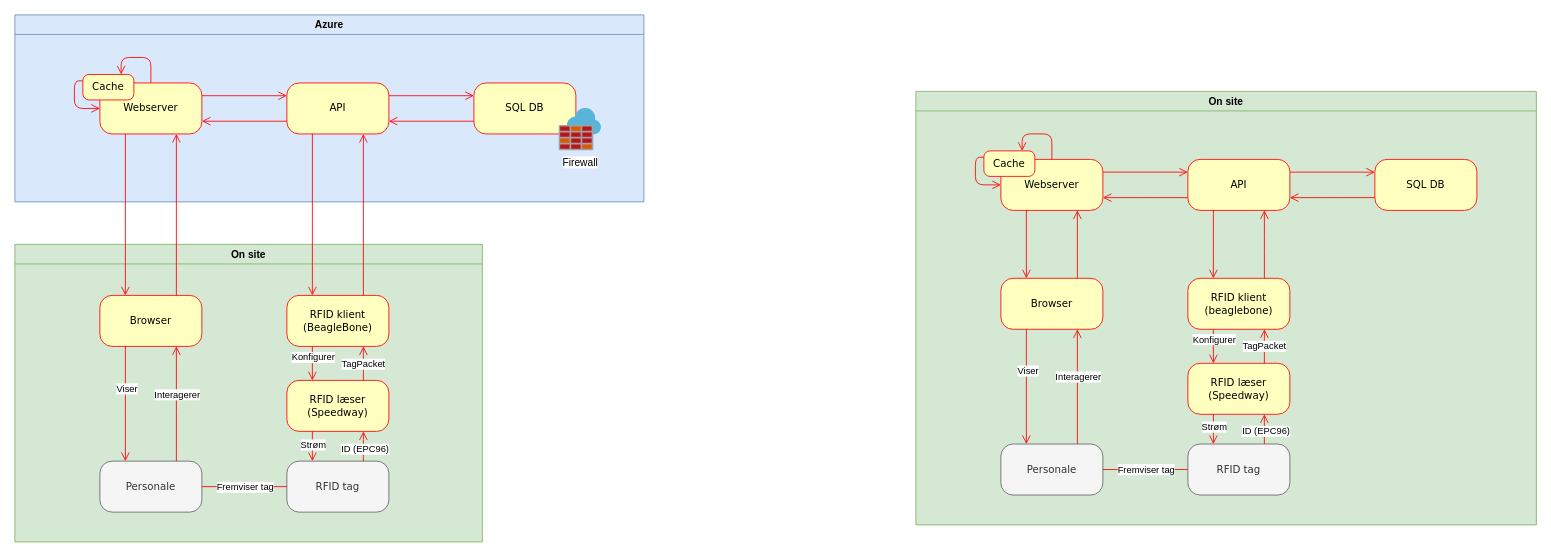
Above: System overview.drawio in BjornGrylls/Svendeprove-OOAD (draw.io), before the change. Source tidied: cells renumbered, new cells numbered last; positions are measured from the earlier drawing's top-left corner, leaving out a move shared by most shapes. Both pictures are drawn from the tidied source at 85%, with x=0, y=0 at pixel (14, 14).
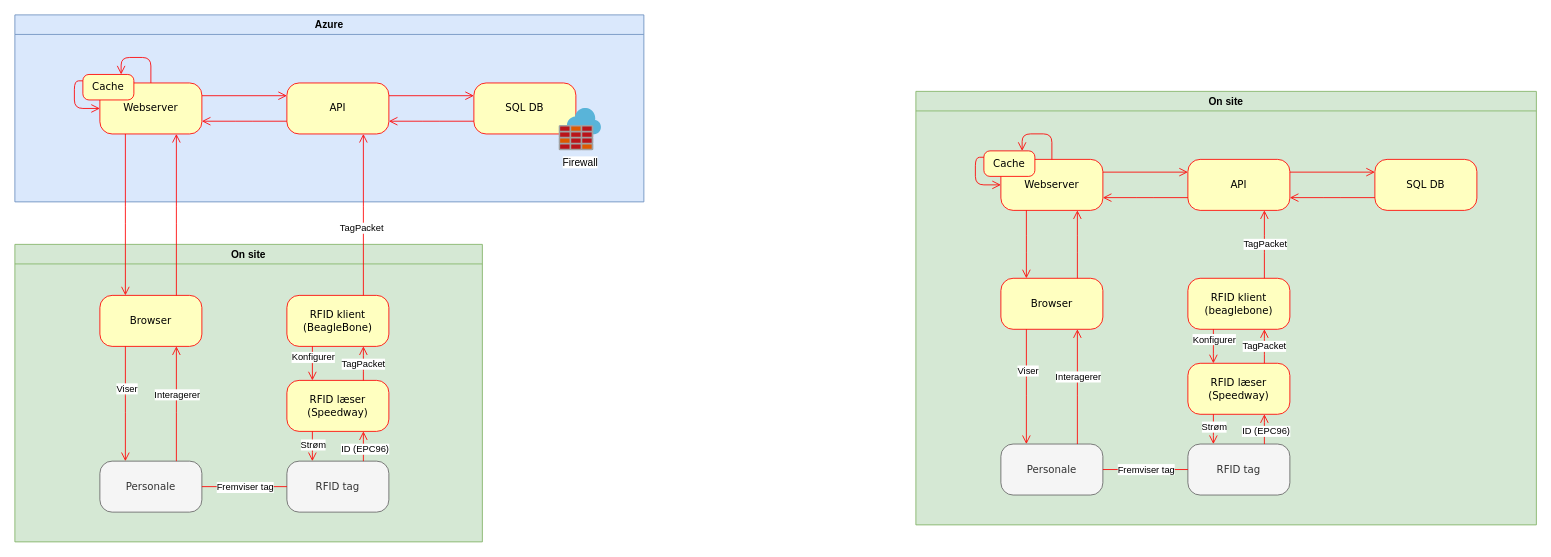
The same page after the edit.

The change refers to these unchanged cells:
```xml
<mxCell id="3" value="API" style="rounded=1;whiteSpace=wrap;html=1;arcSize=24;fillColor=#ffffc0;strokeColor=#ff0000;shadow=0;comic=0;labelBackgroundColor=none;fontFamily=Verdana;fontSize=12;fontColor=#000000;align=center;" parent="2" vertex="1">
  <mxGeometry x="320" y="80.1" width="120" height="60" as="geometry" />
</mxCell>
<mxCell id="18" value="RFID klient&lt;br&gt;(BeagleBone)" style="rounded=1;whiteSpace=wrap;html=1;arcSize=24;fillColor=#ffffc0;strokeColor=#ff0000;shadow=0;comic=0;labelBackgroundColor=none;fontFamily=Verdana;fontSize=12;fontColor=#000000;align=center;" parent="14" vertex="1">
  <mxGeometry x="320" y="60" width="120" height="60" as="geometry" />
</mxCell>
<mxCell id="36" style="edgeStyle=elbowEdgeStyle;html=1;labelBackgroundColor=none;endArrow=open;endSize=8;strokeColor=#ff0000;fontFamily=Verdana;fontSize=12;align=left;exitX=0.75;exitY=0;exitDx=0;exitDy=0;entryX=0.75;entryY=1;entryDx=0;entryDy=0;" parent="1" edge="1" source="18" target="3">
  <mxGeometry relative="1" as="geometry" />
</mxCell>
<mxCell id="38" value="On site" style="swimlane;whiteSpace=wrap;html=1;fillColor=#d5e8d4;strokeColor=#82b366;swimlaneFillColor=#D5E8D4;" parent="1" vertex="1">
  <mxGeometry x="1060" y="90" width="730" height="510" as="geometry" />
</mxCell>
<mxCell id="40" value="RFID klient&lt;br&gt;(beaglebone)" style="rounded=1;whiteSpace=wrap;html=1;arcSize=24;fillColor=#ffffc0;strokeColor=#ff0000;shadow=0;comic=0;labelBackgroundColor=none;fontFamily=Verdana;fontSize=12;fontColor=#000000;align=center;" parent="38" vertex="1">
  <mxGeometry x="320" y="219.9" width="120" height="60" as="geometry" />
</mxCell>
<mxCell id="41" value="API" style="rounded=1;whiteSpace=wrap;html=1;arcSize=24;fillColor=#ffffc0;strokeColor=#ff0000;shadow=0;comic=0;labelBackgroundColor=none;fontFamily=Verdana;fontSize=12;fontColor=#000000;align=center;" parent="38" vertex="1">
  <mxGeometry x="320" y="80" width="120" height="60" as="geometry" />
</mxCell>
<mxCell id="51" style="edgeStyle=elbowEdgeStyle;html=1;labelBackgroundColor=none;endArrow=open;endSize=8;strokeColor=#ff0000;fontFamily=Verdana;fontSize=12;align=left;exitX=0.75;exitY=0;exitDx=0;exitDy=0;entryX=0.75;entryY=1;entryDx=0;entryDy=0;" parent="38" edge="1" source="40" target="41">
  <mxGeometry relative="1" as="geometry" />
</mxCell>
```

What changed in the source:
```diff
@@
-    <mxCell id="37" style="edgeStyle=elbowEdgeStyle;html=1;labelBackgroundColor=none;endArrow=open;endSize=8;strokeColor=#ff0000;fontFamily=Verdana;fontSize=12;align=left;entryX=0.25;entryY=0;entryDx=0;entryDy=0;exitX=0.25;exitY=1;exitDx=0;exitDy=0;" parent="1" edge="1" source="3" target="18">
-      <mxGeometry relative="1" as="geometry" />
-    </mxCell>
+    <mxCell id="72" value="TagPacket" style="edgeLabel;html=1;align=center;verticalAlign=middle;" parent="36" vertex="1">
+      <mxGeometry x="-0.16" y="3" relative="1" as="geometry" />
+    </mxCell>
@@
-    <mxCell id="52" style="edgeStyle=elbowEdgeStyle;html=1;labelBackgroundColor=none;endArrow=open;endSize=8;strokeColor=#ff0000;fontFamily=Verdana;fontSize=12;align=left;entryX=0.25;entryY=0;entryDx=0;entryDy=0;exitX=0.25;exitY=1;exitDx=0;exitDy=0;" parent="38" edge="1" source="41" target="40">
-      <mxGeometry relative="1" as="geometry" />
-    </mxCell>
+    <mxCell id="73" value="TagPacket" style="edgeLabel;html=1;align=center;verticalAlign=middle;" parent="51" vertex="1">
+      <mxGeometry x="0.39" relative="1" as="geometry">
+        <mxPoint y="16" as="offset" />
+      </mxGeometry>
+    </mxCell>
```
